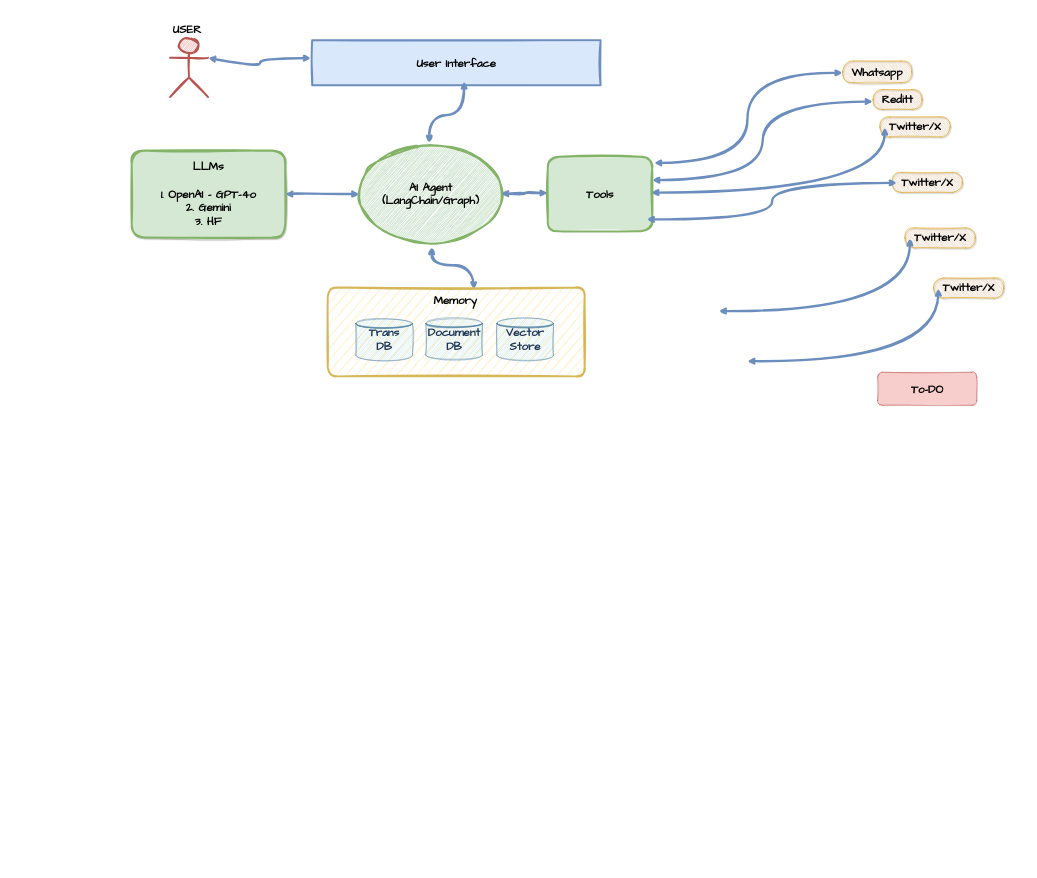
Above: Untitled Diagram.drawio in anjali52deb/draw-io (draw.io), before the change. Source tidied: cells renumbered, new cells numbered last; positions are measured from the earlier drawing's top-left corner, leaving out a move shared by most shapes. Both pictures are drawn from the tidied source at 38%, with x=0, y=0 at pixel (131, 38).
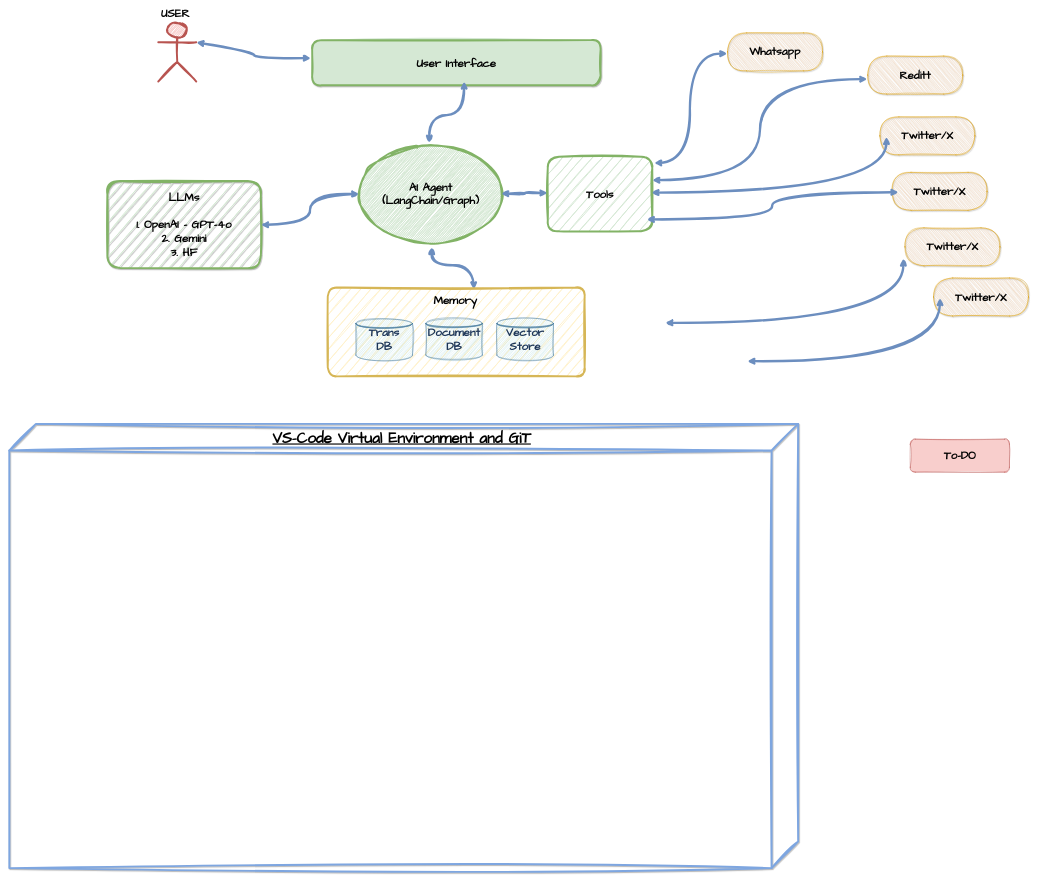
The same page after the edit.

Change to the diagram source:
```diff
@@
     <mxCell id="2" value="&lt;b&gt;&lt;font&gt;&lt;font&gt;Whatsapp&lt;/font&gt;&lt;/font&gt;&lt;/b&gt;" style="whiteSpace=wrap;html=1;rounded=1;arcSize=50;align=center;verticalAlign=middle;strokeWidth=1;spacing=4;newEdgeStyle={&quot;edgeStyle&quot;:&quot;entityRelationEdgeStyle&quot;,&quot;startArrow&quot;:&quot;none&quot;,&quot;endArrow&quot;:&quot;none&quot;,&quot;segment&quot;:10,&quot;curved&quot;:1,&quot;sourcePerimeterSpacing&quot;:0,&quot;targetPerimeterSpacing&quot;:0};sketch=1;hachureGap=4;jiggle=2;curveFitting=1;fontFamily=Comic Sans MS;fillColor=#FFCE9F;strokeColor=#d79b00;shadow=1;flipV=1;fontSize=30;" parent="1" vertex="1">
-      <mxGeometry x="1871" y="60" width="182" height="57.1" as="geometry" />
+      <mxGeometry x="1568" y="-14" width="250" height="100" as="geometry" />
     </mxCell>
     <mxCell id="3" value="&lt;b&gt;&lt;font&gt;Twitter/X&lt;/font&gt;&lt;/b&gt;" style="whiteSpace=wrap;html=1;rounded=1;arcSize=50;align=center;verticalAlign=middle;strokeWidth=1;spacing=4;newEdgeStyle={&quot;edgeStyle&quot;:&quot;entityRelationEdgeStyle&quot;,&quot;startArrow&quot;:&quot;none&quot;,&quot;endArrow&quot;:&quot;none&quot;,&quot;segment&quot;:10,&quot;curved&quot;:1,&quot;sourcePerimeterSpacing&quot;:0,&quot;targetPerimeterSpacing&quot;:0};sketch=1;hachureGap=4;jiggle=2;curveFitting=1;fontFamily=Comic Sans MS;fillColor=#FFCE9F;strokeColor=#d79b00;shadow=1;flipV=1;fontSize=30;" parent="1" vertex="1">
-      <mxGeometry x="1969" y="207" width="185" height="52.9" as="geometry" />
+      <mxGeometry x="1969" y="207" width="250" height="100" as="geometry" />
     </mxCell>
     <mxCell id="4" value="&lt;font&gt;Reditt&lt;/font&gt;" style="whiteSpace=wrap;html=1;rounded=1;arcSize=50;align=center;verticalAlign=middle;strokeWidth=1;spacing=4;newEdgeStyle={&quot;edgeStyle&quot;:&quot;entityRelationEdgeStyle&quot;,&quot;startArrow&quot;:&quot;none&quot;,&quot;endArrow&quot;:&quot;none&quot;,&quot;segment&quot;:10,&quot;curved&quot;:1,&quot;sourcePerimeterSpacing&quot;:0,&quot;targetPerimeterSpacing&quot;:0};sketch=1;hachureGap=4;jiggle=2;curveFitting=1;fontFamily=Comic Sans MS;fillColor=#FFCE9F;strokeColor=#d79b00;shadow=1;fontStyle=1;flipV=1;fontSize=30;" parent="1" vertex="1">
-      <mxGeometry x="1951" y="135" width="129" height="52.4" as="geometry" />
+      <mxGeometry x="1937" y="47" width="250" height="100" as="geometry" />
     </mxCell>
-    <mxCell id="5" value="User Interface" style="text;html=1;align=center;verticalAlign=middle;whiteSpace=wrap;rounded=0;fontFamily=Comic Sans MS;fontSize=30;fontStyle=1;fillColor=#dae8fc;strokeColor=#6c8ebf;fillStyle=solid;shadow=0;labelBackgroundColor=none;arcSize=46;strokeWidth=5;sketch=1;curveFitting=1;jiggle=2;" parent="1" vertex="1">
+    <mxCell id="5" value="User Interface" style="text;html=1;align=center;verticalAlign=middle;whiteSpace=wrap;rounded=1;fontFamily=Comic Sans MS;fontSize=30;fontStyle=1;fillColor=#d5e8d4;strokeColor=#82b366;fillStyle=solid;shadow=1;labelBackgroundColor=none;arcSize=21;strokeWidth=5;sketch=1;curveFitting=1;jiggle=2;" parent="1" vertex="1">
       <mxGeometry x="475" y="5" width="759" height="119" as="geometry" />
     </mxCell>
-    <mxCell id="6" value="&lt;div&gt;&lt;font&gt;LLMs&lt;/font&gt;&lt;/div&gt;&lt;div&gt;&lt;br&gt;&lt;/div&gt;&lt;div&gt;1. OpenAI - GPT-4o&lt;/div&gt;&lt;div&gt;2. Gemini&lt;/div&gt;&lt;div&gt;3. HF&lt;br&gt;&lt;/div&gt;" style="text;html=1;align=center;verticalAlign=middle;whiteSpace=wrap;rounded=1;fontFamily=Comic Sans MS;fontSize=30;fontStyle=1;fillColor=#d5e8d4;strokeColor=#82b366;fillStyle=solid;shadow=1;labelBackgroundColor=none;sketch=1;curveFitting=1;jiggle=2;strokeWidth=5;" parent="1" vertex="1">
-      <mxGeometry y="295.5" width="404" height="229" as="geometry" />
+    <mxCell id="6" value="&lt;div&gt;&lt;font&gt;LLMs&lt;/font&gt;&lt;/div&gt;&lt;div&gt;&lt;br&gt;&lt;/div&gt;&lt;div&gt;1. OpenAI - GPT-4o&lt;/div&gt;&lt;div&gt;2. Gemini&lt;/div&gt;&lt;div&gt;3. HF&lt;br&gt;&lt;/div&gt;" style="text;html=1;align=center;verticalAlign=middle;whiteSpace=wrap;rounded=1;fontFamily=Comic Sans MS;fontSize=30;fontStyle=1;fillColor=#d5e8d4;strokeColor=#82b366;fillStyle=auto;shadow=1;labelBackgroundColor=none;sketch=1;curveFitting=1;jiggle=2;strokeWidth=5;imageAspect=1;snapToPoint=0;fixDash=0;movableLabel=0;sketchStyle=rough;" parent="1" vertex="1">
+      <mxGeometry x="-64" y="376" width="404" height="229" as="geometry" />
     </mxCell>
-    <mxCell id="7" value="&lt;font&gt;Tools&lt;/font&gt;" style="text;html=1;align=center;verticalAlign=middle;whiteSpace=wrap;rounded=1;fontFamily=Comic Sans MS;fontSize=30;fontStyle=1;fillColor=#d5e8d4;strokeColor=#82b366;fillStyle=solid;shadow=0;labelBackgroundColor=none;sketch=1;curveFitting=1;jiggle=2;strokeWidth=5;" parent="1" vertex="1">
+    <mxCell id="7" value="&lt;font&gt;Tools&lt;/font&gt;" style="text;html=1;align=center;verticalAlign=middle;whiteSpace=wrap;rounded=1;fontFamily=Comic Sans MS;fontSize=30;fontStyle=1;fillColor=#d5e8d4;strokeColor=#82b366;fillStyle=auto;shadow=0;labelBackgroundColor=none;strokeWidth=5;sketch=1;curveFitting=1;jiggle=2;imageAspect=1;snapToPoint=0;fixDash=0;movableLabel=0;sketchStyle=rough;" parent="1" vertex="1">
       <mxGeometry x="1095" y="312" width="275" height="196" as="geometry" />
     </mxCell>
     <mxCell id="8" value="To-DO" style="text;html=1;align=center;verticalAlign=middle;whiteSpace=wrap;rounded=1;fontFamily=Comic Sans MS;fontSize=30;fontStyle=1;fillColor=#f8cecc;strokeColor=#b85450;fillStyle=solid;shadow=0;labelBackgroundColor=none;sketch=1;curveFitting=1;jiggle=2;glass=0;" parent="1" vertex="1">
-      <mxGeometry x="1963" y="879" width="261" height="87" as="geometry" />
+      <mxGeometry x="2049" y="1055" width="261" height="87" as="geometry" />
     </mxCell>
@@
     <mxCell id="17" value="&lt;b&gt;&lt;font&gt;Twitter/X&lt;/font&gt;&lt;/b&gt;" style="whiteSpace=wrap;html=1;rounded=1;arcSize=50;align=center;verticalAlign=middle;strokeWidth=1;spacing=4;newEdgeStyle={&quot;edgeStyle&quot;:&quot;entityRelationEdgeStyle&quot;,&quot;startArrow&quot;:&quot;none&quot;,&quot;endArrow&quot;:&quot;none&quot;,&quot;segment&quot;:10,&quot;curved&quot;:1,&quot;sourcePerimeterSpacing&quot;:0,&quot;targetPerimeterSpacing&quot;:0};sketch=1;hachureGap=4;jiggle=2;curveFitting=1;fontFamily=Comic Sans MS;fillColor=#FFCE9F;strokeColor=#d79b00;shadow=1;flipV=1;fontSize=30;" parent="1" vertex="1">
-      <mxGeometry x="2001" y="353" width="185" height="52.9" as="geometry" />
+      <mxGeometry x="2001" y="353" width="250" height="100" as="geometry" />
     </mxCell>
@@
     <mxCell id="19" value="&lt;b&gt;&lt;font&gt;Twitter/X&lt;/font&gt;&lt;/b&gt;" style="whiteSpace=wrap;html=1;rounded=1;arcSize=50;align=center;verticalAlign=middle;strokeWidth=1;spacing=4;newEdgeStyle={&quot;edgeStyle&quot;:&quot;entityRelationEdgeStyle&quot;,&quot;startArrow&quot;:&quot;none&quot;,&quot;endArrow&quot;:&quot;none&quot;,&quot;segment&quot;:10,&quot;curved&quot;:1,&quot;sourcePerimeterSpacing&quot;:0,&quot;targetPerimeterSpacing&quot;:0};sketch=1;hachureGap=4;jiggle=2;curveFitting=1;fontFamily=Comic Sans MS;fillColor=#FFCE9F;strokeColor=#d79b00;shadow=1;flipV=1;fontSize=30;" parent="1" vertex="1">
-      <mxGeometry x="2035" y="499" width="185" height="52.9" as="geometry" />
+      <mxGeometry x="2035" y="499" width="250" height="100" as="geometry" />
     </mxCell>
-    <mxCell id="20" style="endArrow=classic;startArrow=classic;endFill=1;startFill=1;html=1;rounded=0;sketch=1;hachureGap=4;jiggle=2;curveFitting=1;fontFamily=Comic Sans MS;strokeWidth=6;fillColor=#dae8fc;strokeColor=#6c8ebf;flowAnimation=0;snapToPoint=1;arcSize=50;backgroundOutline=1;sketchStyle=rough;edgeStyle=orthogonalEdgeStyle;curved=1;exitX=0.961;exitY=0.713;exitDx=0;exitDy=0;exitPerimeter=0;entryX=0.069;entryY=0.476;entryDx=0;entryDy=0;entryPerimeter=0;fontSize=30;" parent="1" edge="1" target="19">
+    <mxCell id="20" style="endArrow=classic;startArrow=classic;endFill=1;startFill=1;html=1;rounded=0;sketch=1;hachureGap=4;jiggle=2;curveFitting=1;fontFamily=Comic Sans MS;strokeWidth=6;fillColor=#dae8fc;strokeColor=#6c8ebf;flowAnimation=0;snapToPoint=1;arcSize=50;backgroundOutline=1;sketchStyle=rough;edgeStyle=orthogonalEdgeStyle;curved=1;exitX=0.961;exitY=0.713;exitDx=0;exitDy=0;exitPerimeter=0;entryX=-0.017;entryY=0.194;entryDx=0;entryDy=0;entryPerimeter=0;fontSize=30;" parent="1" edge="1" target="19">
       <mxGeometry relative="1" as="geometry">
-        <mxPoint x="1545" y="718" as="sourcePoint" />
+        <mxPoint x="1404" y="749" as="sourcePoint" />
       </mxGeometry>
     </mxCell>
     <mxCell id="21" value="&lt;b&gt;&lt;font&gt;Twitter/X&lt;/font&gt;&lt;/b&gt;" style="whiteSpace=wrap;html=1;rounded=1;arcSize=50;align=center;verticalAlign=middle;strokeWidth=1;spacing=4;newEdgeStyle={&quot;edgeStyle&quot;:&quot;entityRelationEdgeStyle&quot;,&quot;startArrow&quot;:&quot;none&quot;,&quot;endArrow&quot;:&quot;none&quot;,&quot;segment&quot;:10,&quot;curved&quot;:1,&quot;sourcePerimeterSpacing&quot;:0,&quot;targetPerimeterSpacing&quot;:0};sketch=1;hachureGap=4;jiggle=2;curveFitting=1;fontFamily=Comic Sans MS;fillColor=#FFCE9F;strokeColor=#d79b00;shadow=1;flipV=1;fontSize=30;" parent="1" vertex="1">
-      <mxGeometry x="2110" y="631" width="185" height="52.9" as="geometry" />
+      <mxGeometry x="2110" y="631" width="250" height="100" as="geometry" />
     </mxCell>
@@
     <mxCell id="35" value="&lt;font&gt;USER&lt;/font&gt;" style="shape=umlActor;verticalLabelPosition=bottom;verticalAlign=top;html=1;sketch=1;hachureGap=4;jiggle=2;curveFitting=1;fontFamily=Comic Sans MS;strokeWidth=5;fillColor=#f8cecc;strokeColor=#b85450;fixDash=0;movableLabel=1;fontStyle=1;fontSize=30;" parent="1" vertex="1">
-      <mxGeometry x="101" width="100" height="155" as="geometry">
+      <mxGeometry x="70" y="-41" width="100" height="155" as="geometry">
         <mxPoint x="-5" y="-202" as="offset" />
       </mxGeometry>
     </mxCell>
@@
+    <mxCell id="37" value="&lt;div align=&quot;center&quot;&gt;&lt;b&gt;&lt;font style=&quot;font-size: 40px;&quot;&gt;VS-Code Virtual Environment and GiT&lt;/font&gt;&lt;/b&gt;&lt;/div&gt;" style="verticalAlign=top;align=center;spacingTop=8;spacingLeft=2;spacingRight=12;shape=cube;size=70;direction=south;fontStyle=4;html=1;whiteSpace=wrap;sketch=1;hachureGap=4;jiggle=2;curveFitting=1;fontFamily=Architects Daughter;fillColor=none;fontSize=30;strokeWidth=5;strokeColor=#7EA6E0;shadow=1;perimeterSpacing=0;noLabel=0;movableLabel=0;sketchStyle=rough;" parent="1" vertex="1">
+      <mxGeometry x="-322" y="1015" width="2076" height="1169" as="geometry" />
+    </mxCell>
```
